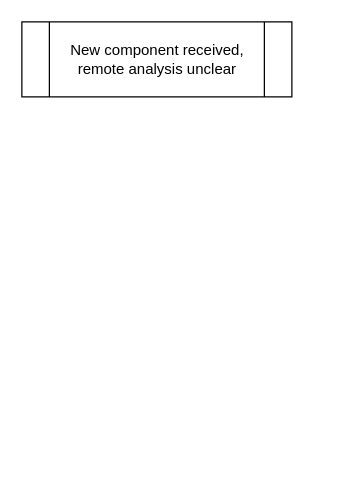
The draw.io diagram R&A_RS.drawio in gialla1987/test-meter, before the edit. Source tidied: cells renumbered, new cells numbered last; positions are measured from the earlier drawing's top-left corner, leaving out a move shared by most shapes. Both pictures are drawn from the tidied source at 125%, with x=0, y=0 at pixel (21, 21).
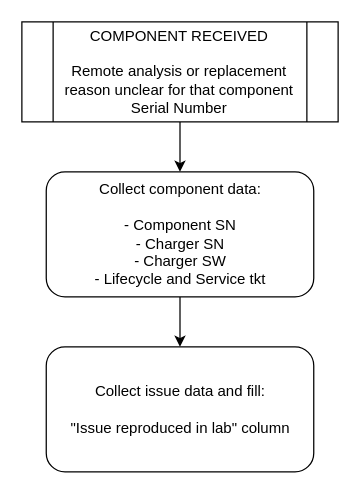
Above is the later version.

Diff of the diagram source:
```diff
@@
 <mxGraphModel>
   <root>
     <mxCell id="0" />
     <mxCell id="1" parent="0" />
+    <mxCell id="3" style="edgeStyle=orthogonalEdgeStyle;rounded=0;jettySize=auto;html=1;entryX=0.5;entryY=0;entryDx=0;entryDy=0;" parent="1" edge="1" source="2" target="5">
+      <mxGeometry relative="1" as="geometry" />
+    </mxCell>
-    <mxCell id="2" value="New component received,&lt;div&gt;remote analysis unclear&lt;/div&gt;" style="shape=process;whiteSpace=wrap;html=1;backgroundOutline=1;" parent="1" vertex="1">
-      <mxGeometry width="216" height="60" as="geometry" />
+    <mxCell id="2" value="&lt;div&gt;COMPONENT RECEIVED&lt;/div&gt;&lt;div&gt;&lt;br&gt;&lt;div&gt;Remote analysis or replacement reason unclear for that component Serial Number&lt;/div&gt;&lt;/div&gt;" style="shape=process;whiteSpace=wrap;html=1;backgroundOutline=1;" parent="1" vertex="1">
+      <mxGeometry width="253" height="80" as="geometry" />
     </mxCell>
+    <mxCell id="4" style="edgeStyle=orthogonalEdgeStyle;rounded=0;jettySize=auto;html=1;entryX=0.5;entryY=0;entryDx=0;entryDy=0;" parent="1" edge="1" source="5" target="6">
+      <mxGeometry relative="1" as="geometry" />
+    </mxCell>
+    <mxCell id="5" value="Collect component data:&lt;div&gt;&lt;br&gt;&lt;div&gt;- Component SN&lt;br&gt;&lt;div&gt;&lt;div&gt;&lt;div&gt;- Charger SN&lt;/div&gt;&lt;div&gt;- Charger SW&lt;/div&gt;&lt;/div&gt;&lt;div&gt;- Lifecycle and Service tkt&lt;/div&gt;&lt;/div&gt;&lt;/div&gt;&lt;/div&gt;" style="rounded=1;whiteSpace=wrap;html=1;" parent="1" vertex="1">
+      <mxGeometry x="19.5" y="120" width="214" height="100" as="geometry" />
+    </mxCell>
+    <mxCell id="6" value="Collect issue data and fill:&lt;div&gt;&lt;div&gt;&lt;br&gt;&lt;/div&gt;&lt;div&gt;&quot;Issue reproduced in lab&quot; column&lt;/div&gt;&lt;/div&gt;" style="rounded=1;whiteSpace=wrap;html=1;" parent="1" vertex="1">
+      <mxGeometry x="19.5" y="260" width="214" height="100" as="geometry" />
+    </mxCell>
   </root>
 </mxGraphModel>
```
